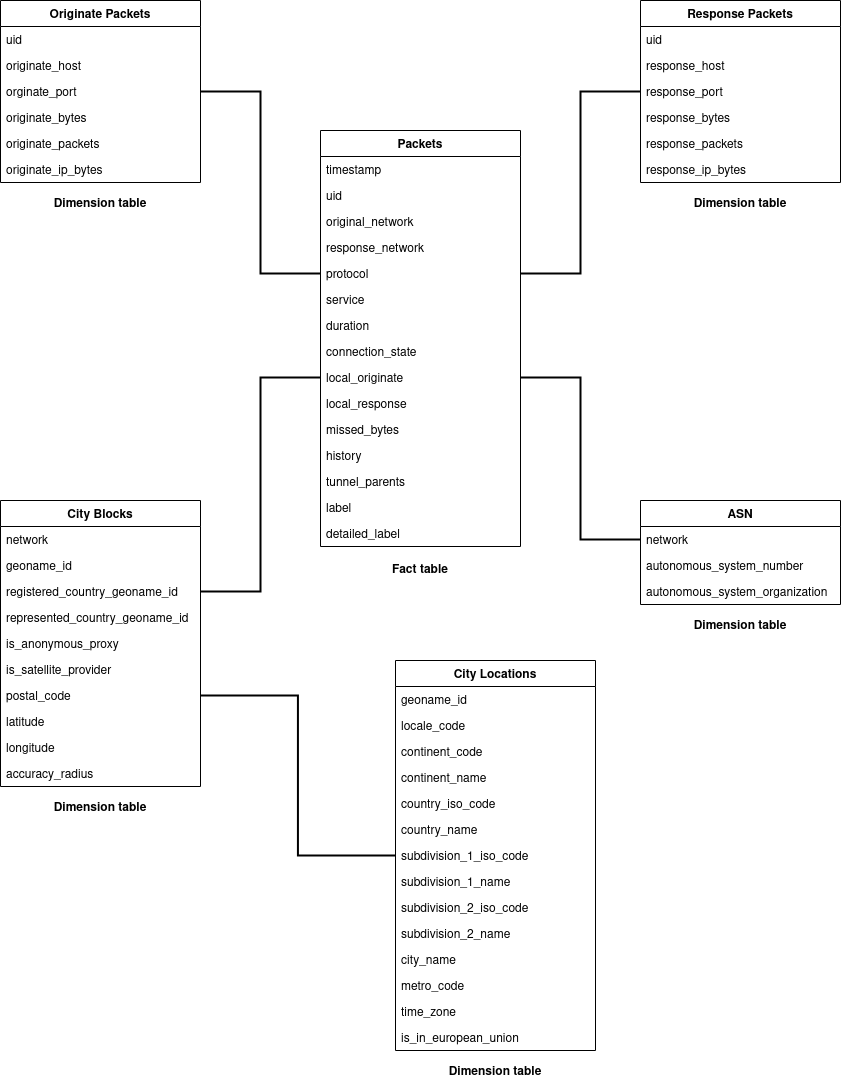
This is assets/imgs/data-model.png from FredrikBakken/udacity_data-engineering, a draw.io export, as it was before one commit. Source tidied: cells renumbered, new cells last; positions are measured from the earlier drawing's top-left corner, leaving out a move shared by most shapes.
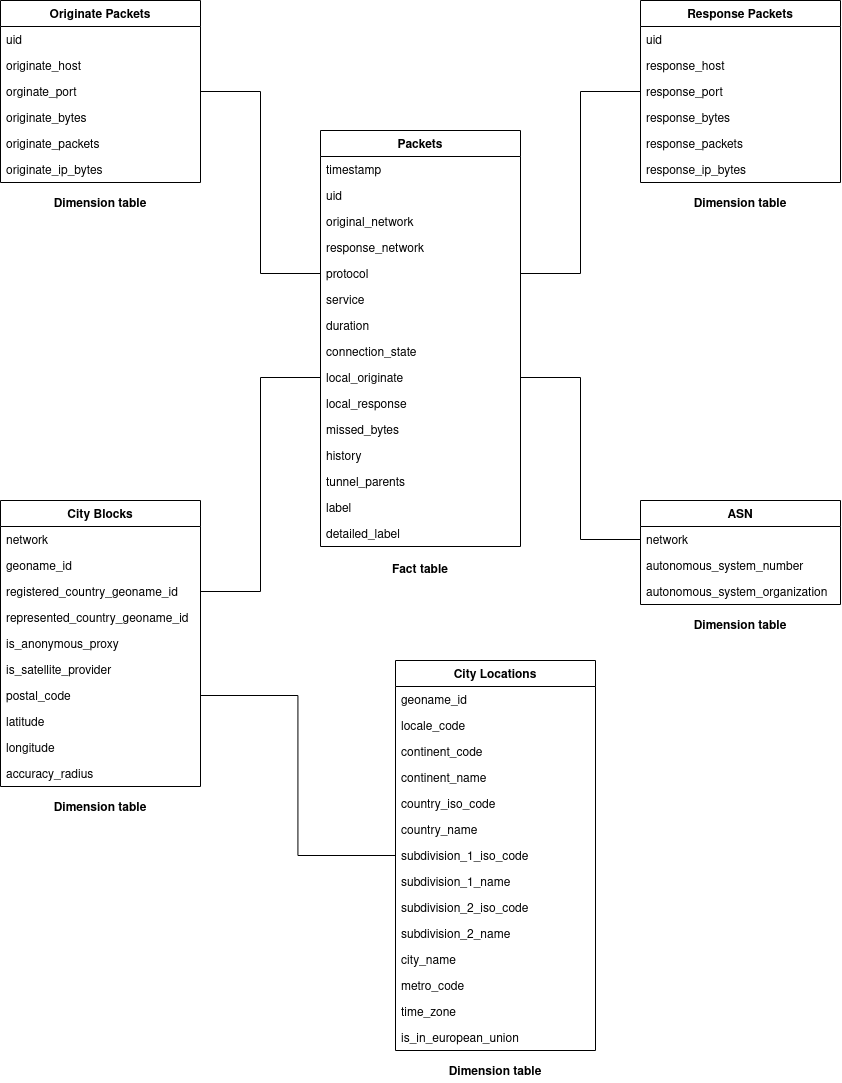
After the commit.

Commit message:
Schema field names updated.

Diff of the diagram source:
```diff
@@ -218,19 +218,19 @@
     <mxCell id="73" value="Dimension table" style="text;html=1;strokeColor=none;fillColor=none;align=center;verticalAlign=middle;whiteSpace=wrap;rounded=0;fontStyle=1;" parent="57" vertex="1">
       <mxGeometry y="402" width="200" height="20" as="geometry" />
     </mxCell>
-    <mxCell id="74" style="edgeStyle=orthogonalEdgeStyle;rounded=0;jettySize=auto;html=1;exitX=0;exitY=0.5;exitDx=0;exitDy=0;endArrow=none;endFill=0;strokeWidth=2;" parent="1" edge="1" source="65" target="53">
+    <mxCell id="74" style="edgeStyle=orthogonalEdgeStyle;rounded=0;jettySize=auto;html=1;exitX=0;exitY=0.5;exitDx=0;exitDy=0;endArrow=none;endFill=0;strokeWidth=1;" parent="1" edge="1" source="65" target="53">
       <mxGeometry relative="1" as="geometry" />
     </mxCell>
-    <mxCell id="75" style="edgeStyle=orthogonalEdgeStyle;rounded=0;jettySize=auto;html=1;exitX=1;exitY=0.5;exitDx=0;exitDy=0;entryX=0;entryY=0.5;entryDx=0;entryDy=0;endArrow=none;endFill=0;strokeWidth=2;" parent="1" edge="1" source="49" target="30">
+    <mxCell id="75" style="edgeStyle=orthogonalEdgeStyle;rounded=0;jettySize=auto;html=1;exitX=1;exitY=0.5;exitDx=0;exitDy=0;entryX=0;entryY=0.5;entryDx=0;entryDy=0;endArrow=none;endFill=0;strokeWidth=1;" parent="1" edge="1" source="49" target="30">
       <mxGeometry relative="1" as="geometry" />
     </mxCell>
-    <mxCell id="76" style="edgeStyle=orthogonalEdgeStyle;rounded=0;jettySize=auto;html=1;exitX=0;exitY=0.5;exitDx=0;exitDy=0;entryX=1;entryY=0.5;entryDx=0;entryDy=0;endArrow=none;endFill=0;strokeWidth=2;" parent="1" edge="1" source="41" target="30">
+    <mxCell id="76" style="edgeStyle=orthogonalEdgeStyle;rounded=0;jettySize=auto;html=1;exitX=0;exitY=0.5;exitDx=0;exitDy=0;entryX=1;entryY=0.5;entryDx=0;entryDy=0;endArrow=none;endFill=0;strokeWidth=1;" parent="1" edge="1" source="41" target="30">
       <mxGeometry relative="1" as="geometry" />
     </mxCell>
-    <mxCell id="77" style="edgeStyle=orthogonalEdgeStyle;rounded=0;jettySize=auto;html=1;exitX=1;exitY=0.5;exitDx=0;exitDy=0;entryX=0;entryY=0.5;entryDx=0;entryDy=0;endArrow=none;endFill=0;strokeWidth=2;" parent="1" edge="1" source="16" target="26">
+    <mxCell id="77" style="edgeStyle=orthogonalEdgeStyle;rounded=0;jettySize=auto;html=1;exitX=1;exitY=0.5;exitDx=0;exitDy=0;entryX=0;entryY=0.5;entryDx=0;entryDy=0;endArrow=none;endFill=0;strokeWidth=1;" parent="1" edge="1" source="16" target="26">
       <mxGeometry relative="1" as="geometry" />
     </mxCell>
-    <mxCell id="78" style="edgeStyle=orthogonalEdgeStyle;rounded=0;jettySize=auto;html=1;exitX=0;exitY=0.5;exitDx=0;exitDy=0;entryX=1;entryY=0.5;entryDx=0;entryDy=0;endArrow=none;endFill=0;strokeWidth=2;" parent="1" edge="1" source="6" target="26">
+    <mxCell id="78" style="edgeStyle=orthogonalEdgeStyle;rounded=0;jettySize=auto;html=1;exitX=0;exitY=0.5;exitDx=0;exitDy=0;entryX=1;entryY=0.5;entryDx=0;entryDy=0;endArrow=none;endFill=0;strokeWidth=1;" parent="1" edge="1" source="6" target="26">
       <mxGeometry relative="1" as="geometry" />
     </mxCell>
   </root>
```
